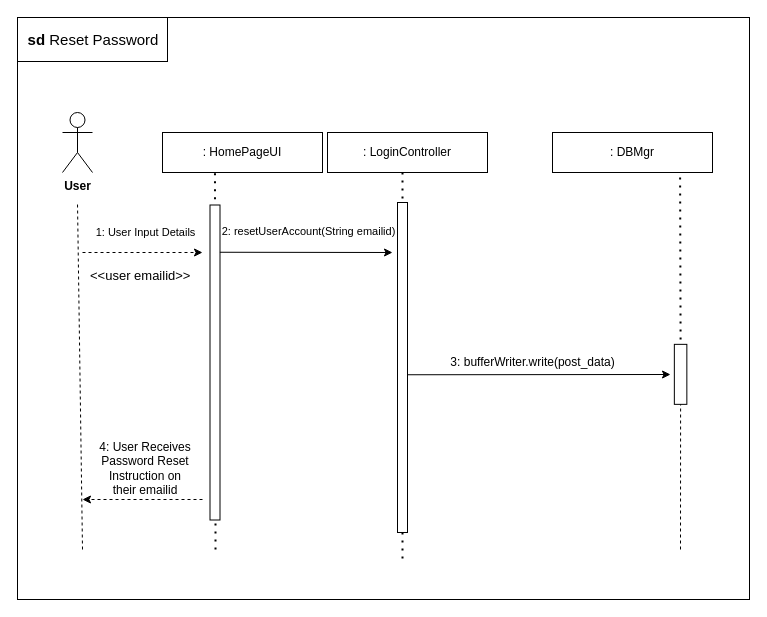
This is UserLogout.drawio from AvinashMahala/SE1_Project, a draw.io file, before an edit. Source tidied: cells renumbered, new cells numbered last; positions are measured from the earlier drawing's top-left corner, leaving out a move shared by most shapes. Both pictures are drawn from the tidied source at 100%, with x=0, y=0 at pixel (17, 17).
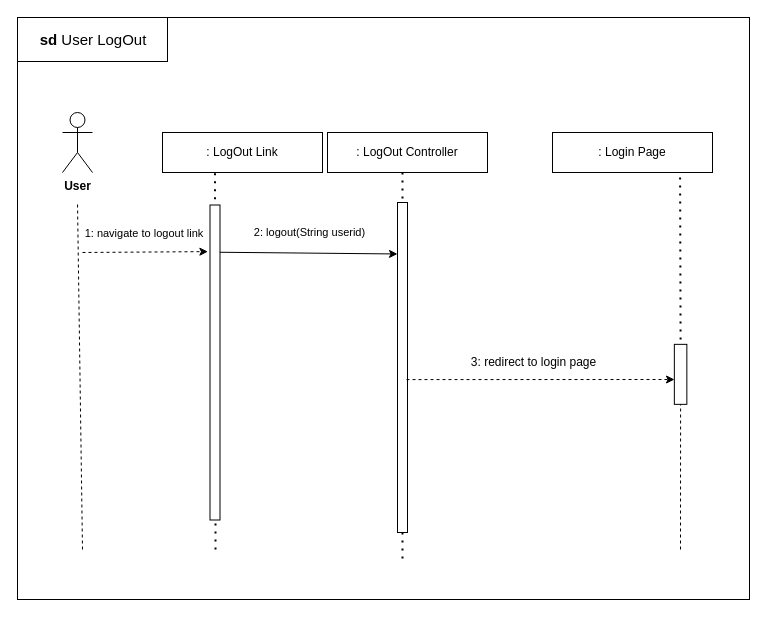
After the change.

Change to the diagram source:
```diff
@@
+    <mxCell id="28" style="group;" parent="1" vertex="1">
+      <mxGeometry width="732" height="582" as="geometry" />
+    </mxCell>
-    <mxCell id="2" style="rounded=0;whiteSpace=wrap;html=1;" parent="1" vertex="1">
+    <mxCell id="2" style="rounded=0;whiteSpace=wrap;html=1;" parent="28" vertex="1">
       <mxGeometry width="732" height="582" as="geometry" />
     </mxCell>
-    <mxCell id="3" style="endArrow=none;dashed=1;html=1;rounded=0;" parent="1" edge="1">
+    <mxCell id="3" style="endArrow=none;dashed=1;html=1;rounded=0;" parent="28" edge="1">
       <mxGeometry relative="1" as="geometry">
         <mxPoint x="65" y="532" as="sourcePoint" />
         <mxPoint x="60" y="185" as="targetPoint" />
       </mxGeometry>
     </mxCell>
-    <mxCell id="4" value="&lt;b&gt;User&lt;/b&gt;" style="shape=umlActor;verticalLabelPosition=bottom;verticalAlign=top;html=1;" parent="1" vertex="1">
+    <mxCell id="4" value="&lt;b&gt;User&lt;/b&gt;" style="shape=umlActor;verticalLabelPosition=bottom;verticalAlign=top;html=1;" parent="28" vertex="1">
       <mxGeometry x="45" y="95" width="30" height="60" as="geometry" />
     </mxCell>
-    <mxCell id="5" value=": HomePageUI" style="rounded=0;whiteSpace=wrap;html=1;" parent="1" vertex="1">
+    <mxCell id="5" value=": LogOut Link" style="rounded=0;whiteSpace=wrap;html=1;" parent="28" vertex="1">
       <mxGeometry x="145" y="115" width="160" height="40" as="geometry" />
     </mxCell>
-    <mxCell id="6" value=": LoginController" style="rounded=0;whiteSpace=wrap;html=1;" parent="1" vertex="1">
+    <mxCell id="6" value=": LogOut Controller" style="rounded=0;whiteSpace=wrap;html=1;" parent="28" vertex="1">
       <mxGeometry x="310" y="115" width="160" height="40" as="geometry" />
     </mxCell>
-    <mxCell id="7" value=": DBMgr" style="rounded=0;whiteSpace=wrap;html=1;" parent="1" vertex="1">
+    <mxCell id="7" value=": Login Page" style="rounded=0;whiteSpace=wrap;html=1;" parent="28" vertex="1">
       <mxGeometry x="535" y="115" width="160" height="40" as="geometry" />
     </mxCell>
-    <mxCell id="8" style="rounded=0;whiteSpace=wrap;html=1;rotation=90;" parent="1" vertex="1">
+    <mxCell id="8" style="rounded=0;whiteSpace=wrap;html=1;rotation=90;" parent="28" vertex="1">
       <mxGeometry x="40" y="340" width="315" height="10" as="geometry" />
     </mxCell>
-    <mxCell id="9" style="rounded=0;whiteSpace=wrap;html=1;rotation=90;" parent="1" vertex="1">
+    <mxCell id="9" style="rounded=0;whiteSpace=wrap;html=1;rotation=90;" parent="28" vertex="1">
       <mxGeometry x="220" y="345" width="330" height="10" as="geometry" />
     </mxCell>
-    <mxCell id="10" style="rounded=0;whiteSpace=wrap;html=1;rotation=90;" parent="1" vertex="1">
+    <mxCell id="10" style="rounded=0;whiteSpace=wrap;html=1;rotation=90;" parent="28" vertex="1">
       <mxGeometry x="633.1" y="350.6" width="60" height="12.5" as="geometry" />
     </mxCell>
-    <mxCell id="11" style="endArrow=classic;html=1;rounded=0;dashed=1;" parent="1" edge="1">
+    <mxCell id="11" style="endArrow=classic;html=1;rounded=0;dashed=1;entryX=0.148;entryY=1.21;entryDx=0;entryDy=0;entryPerimeter=0;" parent="28" edge="1" target="8">
       <mxGeometry relative="1" as="geometry">
         <mxPoint x="65" y="235" as="sourcePoint" />
-        <mxPoint x="185" y="235" as="targetPoint" />
       </mxGeometry>
     </mxCell>
-    <mxCell id="12" style="endArrow=classic;html=1;rounded=0;exitX=0.15;exitY=0.01;exitDx=0;exitDy=0;exitPerimeter=0;" parent="1" edge="1" source="8">
-      <mxGeometry relative="1" as="geometry">
-        <mxPoint x="375" y="235" as="targetPoint" />
-      </mxGeometry>
+    <mxCell id="12" style="endArrow=classic;html=1;rounded=0;exitX=0.15;exitY=0.01;exitDx=0;exitDy=0;exitPerimeter=0;entryX=0.156;entryY=1;entryDx=0;entryDy=0;entryPerimeter=0;" parent="28" edge="1" source="8" target="9">
+      <mxGeometry relative="1" as="geometry" />
     </mxCell>
-    <mxCell id="13" style="endArrow=none;dashed=1;html=1;dashPattern=1 3;strokeWidth=2;rounded=0;exitX=0.328;exitY=1.02;exitDx=0;exitDy=0;exitPerimeter=0;entryX=0;entryY=0.5;entryDx=0;entryDy=0;" parent="1" edge="1" source="5" target="8">
+    <mxCell id="13" style="endArrow=none;dashed=1;html=1;dashPattern=1 3;strokeWidth=2;rounded=0;exitX=0.328;exitY=1.02;exitDx=0;exitDy=0;exitPerimeter=0;entryX=0;entryY=0.5;entryDx=0;entryDy=0;" parent="28" edge="1" source="5" target="8">
       <mxGeometry relative="1" as="geometry" />
     </mxCell>
-    <mxCell id="14" style="endArrow=none;dashed=1;html=1;dashPattern=1 3;strokeWidth=2;rounded=0;entryX=0;entryY=0.5;entryDx=0;entryDy=0;" parent="1" edge="1" target="9">
+    <mxCell id="14" style="endArrow=none;dashed=1;html=1;dashPattern=1 3;strokeWidth=2;rounded=0;entryX=0;entryY=0.5;entryDx=0;entryDy=0;" parent="28" edge="1" target="9">
       <mxGeometry relative="1" as="geometry">
         <mxPoint x="385" y="155" as="sourcePoint" />
       </mxGeometry>
     </mxCell>
-    <mxCell id="15" style="endArrow=none;dashed=1;html=1;dashPattern=1 3;strokeWidth=2;rounded=0;entryX=0;entryY=0.5;entryDx=0;entryDy=0;" parent="1" edge="1" target="10">
+    <mxCell id="15" style="endArrow=none;dashed=1;html=1;dashPattern=1 3;strokeWidth=2;rounded=0;entryX=0;entryY=0.5;entryDx=0;entryDy=0;" parent="28" edge="1" target="10">
       <mxGeometry relative="1" as="geometry">
         <mxPoint x="662.6" y="160" as="sourcePoint" />
       </mxGeometry>
     </mxCell>
-    <mxCell id="16" value="2: resetUserAccount(String emailid)" style="text;html=1;align=center;verticalAlign=middle;strokeColor=none;fillColor=none;fontSize=11;" parent="1" vertex="1">
-      <mxGeometry x="191" y="199" width="200" height="30" as="geometry" />
+    <mxCell id="16" value="2: logout(String userid)" style="text;html=1;align=center;verticalAlign=middle;strokeColor=none;fillColor=none;fontSize=11;" parent="28" vertex="1">
+      <mxGeometry x="227" y="202" width="129" height="25" as="geometry" />
     </mxCell>
-    <mxCell id="17" value="3: bufferWriter.write(post_data)" style="text;html=1;align=center;verticalAlign=middle;strokeColor=none;fillColor=none;" parent="1" vertex="1">
-      <mxGeometry x="420" y="330" width="190" height="30" as="geometry" />
+    <mxCell id="17" value="3: redirect to login page" style="text;html=1;align=center;verticalAlign=middle;strokeColor=none;fillColor=none;" parent="28" vertex="1">
+      <mxGeometry x="444" y="332" width="143" height="26" as="geometry" />
     </mxCell>
-    <mxCell id="18" style="endArrow=none;dashed=1;html=1;rounded=0;entryX=1;entryY=0.5;entryDx=0;entryDy=0;" parent="1" edge="1" target="10">
+    <mxCell id="18" style="endArrow=none;dashed=1;html=1;rounded=0;entryX=1;entryY=0.5;entryDx=0;entryDy=0;" parent="28" edge="1" target="10">
       <mxGeometry relative="1" as="geometry">
         <mxPoint x="663" y="532" as="sourcePoint" />
       </mxGeometry>
     </mxCell>
-    <mxCell id="19" value="1: User Input Details" style="text;html=1;align=center;verticalAlign=middle;strokeColor=none;fillColor=none;fontSize=11;" parent="1" vertex="1">
-      <mxGeometry x="68" y="200" width="120" height="30" as="geometry" />
+    <mxCell id="19" value="1: navigate to logout link&lt;span style=&quot;white-space: pre;&quot;&gt; &lt;/span&gt;" style="text;html=1;align=center;verticalAlign=middle;strokeColor=none;fillColor=none;fontSize=11;" parent="28" vertex="1">
+      <mxGeometry x="58" y="203" width="140" height="25" as="geometry" />
     </mxCell>
-    <mxCell id="20" style="rounded=0;whiteSpace=wrap;html=1;" parent="1" vertex="1">
+    <mxCell id="20" style="rounded=0;whiteSpace=wrap;html=1;" parent="28" vertex="1">
       <mxGeometry width="150" height="44" as="geometry" />
     </mxCell>
-    <mxCell id="21" value="&lt;b style=&quot;font-size: 15px;&quot;&gt;sd&lt;/b&gt; Reset Password" style="text;html=1;strokeColor=none;fillColor=none;align=center;verticalAlign=middle;whiteSpace=wrap;rounded=0;fontSize=15;" parent="1" vertex="1">
+    <mxCell id="21" value="&lt;b style=&quot;font-size: 15px;&quot;&gt;sd&lt;/b&gt; User LogOut" style="text;html=1;strokeColor=none;fillColor=none;align=center;verticalAlign=middle;whiteSpace=wrap;rounded=0;fontSize=15;" parent="28" vertex="1">
       <mxGeometry x="2" width="148" height="44" as="geometry" />
     </mxCell>
-    <mxCell id="22" value="&lt;h1 style=&quot;font-size: 13px;&quot;&gt;&lt;span style=&quot;font-weight: normal;&quot;&gt;&amp;lt;&amp;lt;user emailid&amp;gt;&amp;gt;&lt;/span&gt;&lt;br style=&quot;font-size: 13px;&quot;&gt;&lt;/h1&gt;" style="text;html=1;strokeColor=none;fillColor=none;spacing=5;spacingTop=-20;whiteSpace=wrap;overflow=hidden;rounded=0;fontSize=13;verticalAlign=middle;fontStyle=0;fontColor=default;strokeWidth=0;" parent="1" vertex="1">
-      <mxGeometry x="68" y="243" width="135" height="50" as="geometry" />
-    </mxCell>
-    <mxCell id="23" style="endArrow=classic;html=1;rounded=0;exitX=0.522;exitY=-0.04;exitDx=0;exitDy=0;exitPerimeter=0;" parent="1" edge="1" source="9">
-      <mxGeometry relative="1" as="geometry">
-        <mxPoint x="653" y="357" as="targetPoint" />
-      </mxGeometry>
-    </mxCell>
-    <mxCell id="24" style="endArrow=none;dashed=1;html=1;dashPattern=1 3;strokeWidth=2;rounded=0;entryX=0;entryY=0.5;entryDx=0;entryDy=0;" parent="1" edge="1">
+    <mxCell id="24" style="endArrow=none;dashed=1;html=1;dashPattern=1 3;strokeWidth=2;rounded=0;entryX=0;entryY=0.5;entryDx=0;entryDy=0;" parent="28" edge="1">
       <mxGeometry relative="1" as="geometry">
         <mxPoint x="385" y="515" as="sourcePoint" />
         <mxPoint x="385" y="545" as="targetPoint" />
       </mxGeometry>
     </mxCell>
-    <mxCell id="25" style="endArrow=none;dashed=1;html=1;dashPattern=1 3;strokeWidth=2;rounded=0;entryX=0;entryY=0.5;entryDx=0;entryDy=0;" parent="1" edge="1">
+    <mxCell id="25" style="endArrow=none;dashed=1;html=1;dashPattern=1 3;strokeWidth=2;rounded=0;entryX=0;entryY=0.5;entryDx=0;entryDy=0;" parent="28" edge="1">
       <mxGeometry relative="1" as="geometry">
         <mxPoint x="198" y="506" as="sourcePoint" />
         <mxPoint x="198" y="536" as="targetPoint" />
       </mxGeometry>
     </mxCell>
-    <mxCell id="26" style="endArrow=classic;html=1;rounded=0;dashed=1;" parent="1" edge="1">
-      <mxGeometry relative="1" as="geometry">
-        <mxPoint x="185" y="482" as="sourcePoint" />
-        <mxPoint x="65" y="482" as="targetPoint" />
-      </mxGeometry>
-    </mxCell>
-    <mxCell id="27" value="4: User Receives Password Reset Instruction on their emailid" style="text;html=1;strokeColor=none;fillColor=none;align=center;verticalAlign=middle;whiteSpace=wrap;rounded=0;" parent="1" vertex="1">
-      <mxGeometry x="78" y="436" width="100" height="30" as="geometry" />
-    </mxCell>
+    <mxCell id="29" style="endArrow=classic;html=1;rounded=0;dashed=1;" parent="28" edge="1">
+      <mxGeometry relative="1" as="geometry">
+        <mxPoint x="389" y="362.1" as="sourcePoint" />
+        <mxPoint x="657" y="362" as="targetPoint" />
+      </mxGeometry>
+    </mxCell>
```
